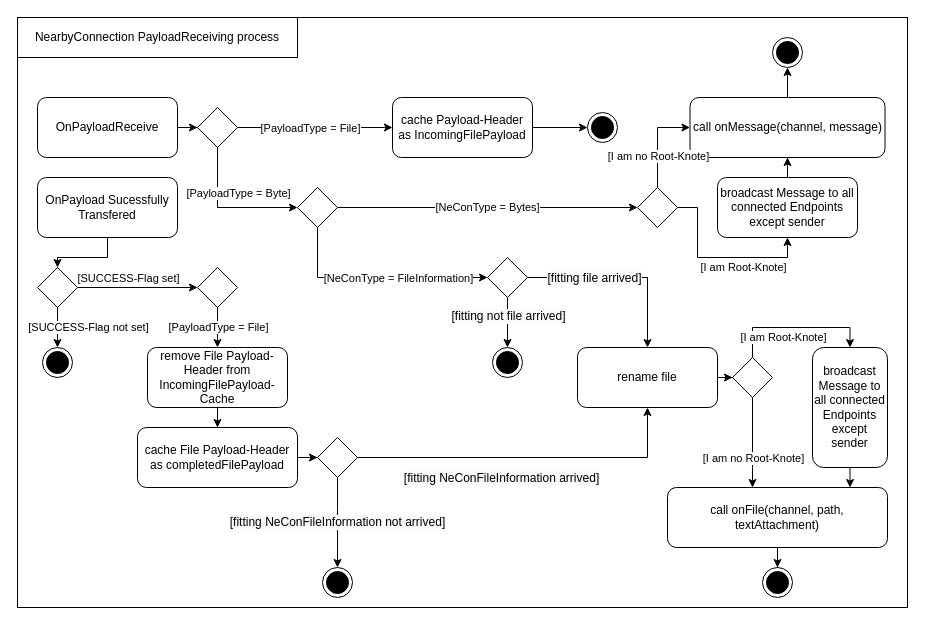
zettime/Nearfly-Android keeps this draw.io diagram as Diagramme/NearbyConnectionPayloadReceive.drawio. Above is the earlier version. Source tidied: cells renumbered, new cells numbered last; positions are measured from the earlier drawing's top-left corner, leaving out a move shared by most shapes. Both pictures are drawn from the tidied source at 100%, with x=0, y=0 at pixel (17, 17).
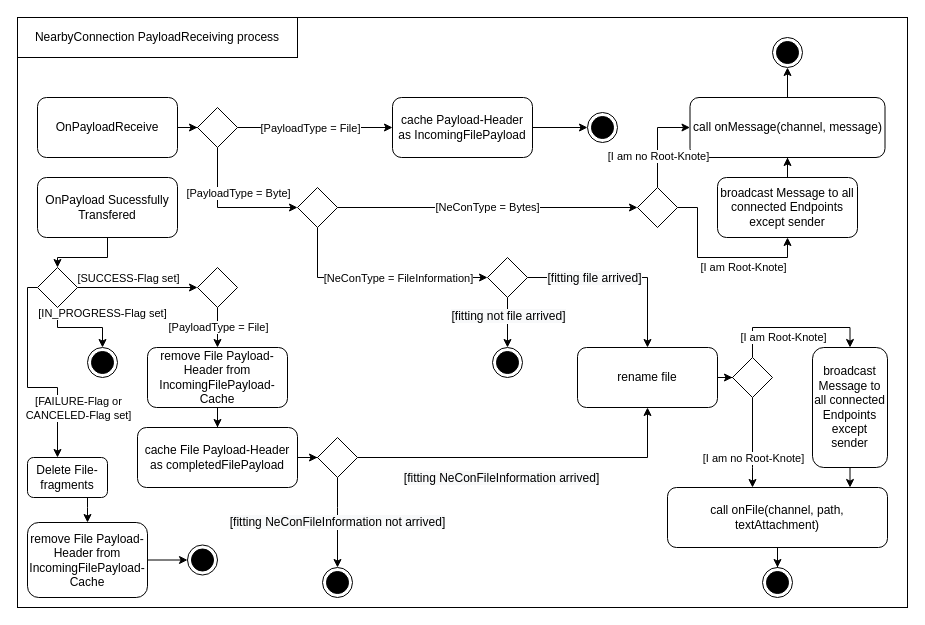
The same page after the edit.

Unchanged cells that the change refers to:
```xml
<mxCell id="17" style="rhombus;whiteSpace=wrap;html=1;" parent="1" vertex="1">
  <mxGeometry x="20" y="250" width="40" height="40" as="geometry" />
</mxCell>
```

Diff of the diagram source:
```diff
@@
     <mxCell id="15" style="edgeStyle=orthogonalEdgeStyle;rounded=0;jettySize=auto;html=1;entryX=0.5;entryY=0;entryDx=0;entryDy=0;" parent="1" edge="1" source="17" target="51">
       <mxGeometry relative="1" as="geometry">
         <Array as="points">
           <mxPoint x="40" y="310" />
-          <mxPoint x="40" y="310" />
+          <mxPoint x="85" y="310" />
         </Array>
       </mxGeometry>
     </mxCell>
-    <mxCell id="16" value="[SUCCESS-Flag not set]" style="edgeLabel;html=1;align=center;verticalAlign=middle;" parent="15" vertex="1">
+    <mxCell id="16" value="[IN_PROGRESS-Flag set]" style="edgeLabel;html=1;align=center;verticalAlign=middle;" parent="15" vertex="1">
       <mxGeometry x="-0.26" y="-2" relative="1" as="geometry">
-        <mxPoint x="32" y="4.8" as="offset" />
+        <mxPoint x="33.3" y="-17" as="offset" />
       </mxGeometry>
     </mxCell>
+    <mxCell id="65" style="edgeStyle=orthogonalEdgeStyle;rounded=0;jettySize=auto;html=1;entryX=0.375;entryY=0;entryDx=0;entryDy=0;entryPerimeter=0;fontColor=#B5C1D1;" parent="1" edge="1" source="17" target="69">
+      <mxGeometry relative="1" as="geometry">
+        <Array as="points">
+          <mxPoint x="10" y="270" />
+          <mxPoint x="10" y="370" />
+          <mxPoint x="40" y="370" />
+        </Array>
+      </mxGeometry>
+    </mxCell>
+    <mxCell id="66" value="&lt;font color=&quot;#000000&quot;&gt;[FAILURE-Flag or &lt;br&gt;CANCELED-Flag set]&lt;/font&gt;" style="edgeLabel;html=1;align=center;verticalAlign=middle;fontColor=#B5C1D1;" parent="65" vertex="1">
+      <mxGeometry x="0.55" y="-1" relative="1" as="geometry">
+        <mxPoint x="21" y="-2.5" as="offset" />
+      </mxGeometry>
+    </mxCell>
@@
     <mxCell id="51" style="ellipse;html=1;shape=endState;fillColor=#000000;strokeColor=#000000;" parent="1" vertex="1">
-      <mxGeometry x="25" y="330" width="30" height="30" as="geometry" />
+      <mxGeometry x="70" y="330" width="30" height="30" as="geometry" />
     </mxCell>
@@
+    <mxCell id="67" style="ellipse;html=1;shape=endState;fillColor=#000000;strokeColor=#000000;" parent="1" vertex="1">
+      <mxGeometry x="170" y="527.5" width="30" height="30" as="geometry" />
+    </mxCell>
+    <mxCell id="68" style="edgeStyle=orthogonalEdgeStyle;rounded=0;jettySize=auto;html=1;fontColor=#B5C1D1;" parent="1" edge="1" source="69" target="71">
+      <mxGeometry relative="1" as="geometry">
+        <Array as="points">
+          <mxPoint x="70" y="490" />
+          <mxPoint x="70" y="490" />
+        </Array>
+      </mxGeometry>
+    </mxCell>
+    <mxCell id="69" value="Delete File-fragments&lt;br&gt;" style="rounded=1;whiteSpace=wrap;html=1;" parent="1" vertex="1">
+      <mxGeometry x="10" y="440" width="80" height="40" as="geometry" />
+    </mxCell>
+    <mxCell id="70" style="edgeStyle=orthogonalEdgeStyle;rounded=0;jettySize=auto;html=1;fontColor=#B5C1D1;" parent="1" edge="1" source="71" target="67">
+      <mxGeometry relative="1" as="geometry" />
+    </mxCell>
+    <mxCell id="71" value="remove File Payload-Header from IncomingFilePayload-Cache" style="rounded=1;whiteSpace=wrap;html=1;" parent="1" vertex="1">
+      <mxGeometry x="10" y="505" width="120" height="75" as="geometry" />
+    </mxCell>
```
